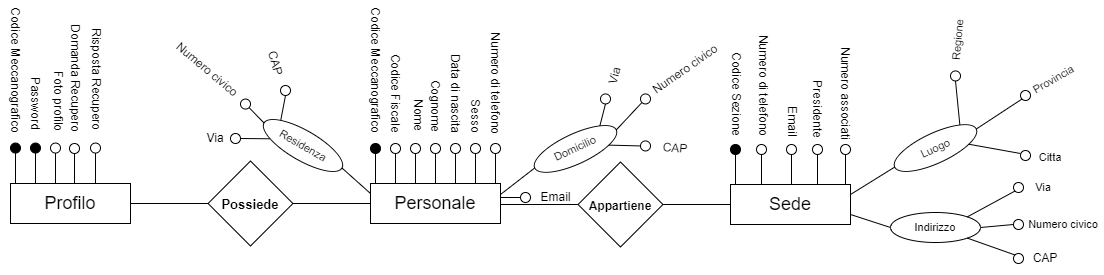
Above: ERDiagram/WhistleER.drawio.png in savernike/DiagramsSet (draw.io), before the change. Source tidied: cells renumbered, new cells last; positions are measured from the earlier drawing's top-left corner, leaving out a move shared by most shapes.
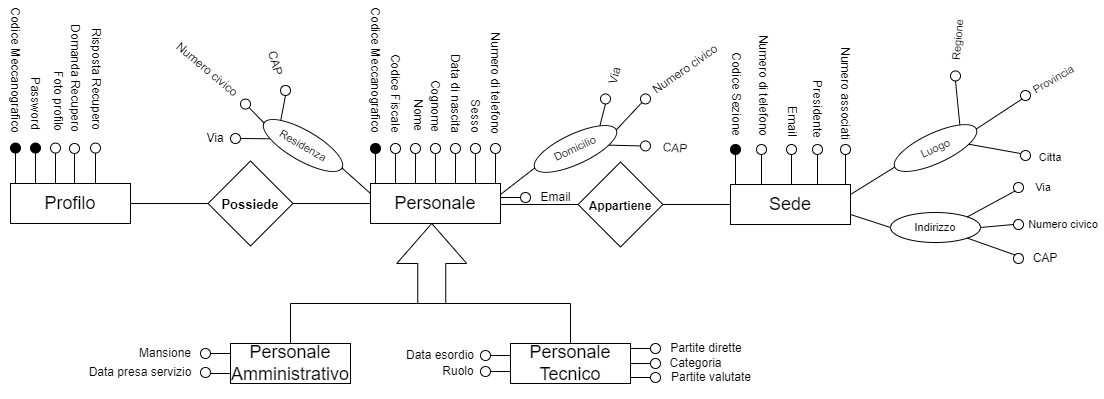
Later version of the same file.

Commit message:
Create generalizzazioni di personale

Change to the diagram source:
```diff
@@ -335,5 +335,80 @@
     <mxCell id="110" value="Numero associati" style="text;strokeColor=none;align=center;fillColor=none;html=1;verticalAlign=middle;whiteSpace=wrap;rounded=0;rotation=90;" parent="1" vertex="1">
       <mxGeometry x="849.9" y="54.1" width="100.2" height="30" as="geometry" />
     </mxCell>
+    <mxCell id="111" style="html=1;shadow=0;dashed=0;align=center;verticalAlign=middle;shape=mxgraph.arrows2.arrow;dy=0.6;dx=40;direction=north;notch=0;fontFamily=Helvetica;fontSize=11;fontColor=default;strokeWidth=1;" parent="1" vertex="1">
+      <mxGeometry x="451.2" y="199" width="70" height="80" as="geometry" />
+    </mxCell>
+    <mxCell id="112" style="strokeWidth=1;html=1;shape=mxgraph.flowchart.annotation_1;align=left;fontFamily=Helvetica;fontSize=11;fontColor=default;direction=south;" parent="1" vertex="1">
+      <mxGeometry x="345" y="279" width="280" height="40" as="geometry" />
+    </mxCell>
+    <mxCell id="113" style="edgeStyle=orthogonalEdgeStyle;shape=connector;rounded=0;jettySize=auto;html=1;exitX=0;exitY=0.75;exitDx=0;exitDy=0;entryX=1;entryY=0.5;entryDx=0;entryDy=0;labelBackgroundColor=default;strokeColor=default;fontFamily=Helvetica;fontSize=11;fontColor=default;endArrow=none;endFill=0;" parent="1" edge="1" source="115" target="117">
+      <mxGeometry relative="1" as="geometry" />
+    </mxCell>
+    <mxCell id="114" style="edgeStyle=orthogonalEdgeStyle;shape=connector;rounded=0;jettySize=auto;html=1;exitX=0;exitY=0.25;exitDx=0;exitDy=0;entryX=1;entryY=0.5;entryDx=0;entryDy=0;labelBackgroundColor=default;strokeColor=default;fontFamily=Helvetica;fontSize=11;fontColor=default;endArrow=none;endFill=0;" parent="1" edge="1" source="115" target="118">
+      <mxGeometry relative="1" as="geometry" />
+    </mxCell>
+    <mxCell id="115" value="&lt;font style=&quot;font-size: 18px;&quot;&gt;Personale&lt;br&gt;Amministrativo&lt;br&gt;&lt;/font&gt;" style="rounded=0;whiteSpace=wrap;html=1;fontFamily=Helvetica;fontSize=11;fontColor=default;" parent="1" vertex="1">
+      <mxGeometry x="285" y="319" width="120" height="40" as="geometry" />
+    </mxCell>
+    <mxCell id="116" value="&lt;font style=&quot;font-size: 18px;&quot;&gt;Personale&lt;br&gt;Tecnico&lt;br&gt;&lt;/font&gt;" style="rounded=0;whiteSpace=wrap;html=1;fontFamily=Helvetica;fontSize=11;fontColor=default;" parent="1" vertex="1">
+      <mxGeometry x="565" y="319" width="120" height="40" as="geometry" />
+    </mxCell>
+    <mxCell id="117" style="ellipse;whiteSpace=wrap;html=1;fontFamily=Helvetica;fontSize=11;fontColor=default;" parent="1" vertex="1">
+      <mxGeometry x="255" y="343" width="10" height="10" as="geometry" />
+    </mxCell>
+    <mxCell id="118" style="ellipse;whiteSpace=wrap;html=1;fontFamily=Helvetica;fontSize=11;fontColor=default;" parent="1" vertex="1">
+      <mxGeometry x="255" y="324" width="10" height="10" as="geometry" />
+    </mxCell>
+    <mxCell id="119" value="Mansione" style="text;strokeColor=none;align=center;fillColor=none;html=1;verticalAlign=middle;whiteSpace=wrap;rounded=0;rotation=0;" parent="1" vertex="1">
+      <mxGeometry x="185" y="309" width="70" height="40" as="geometry" />
+    </mxCell>
+    <mxCell id="120" value="Data presa servizio" style="text;strokeColor=none;align=center;fillColor=none;html=1;verticalAlign=middle;whiteSpace=wrap;rounded=0;rotation=0;" parent="1" vertex="1">
+      <mxGeometry x="135" y="328" width="120" height="40" as="geometry" />
+    </mxCell>
+    <mxCell id="121" style="edgeStyle=orthogonalEdgeStyle;shape=connector;rounded=0;jettySize=auto;html=1;exitX=0;exitY=0.5;exitDx=0;exitDy=0;entryX=1;entryY=0.25;entryDx=0;entryDy=0;labelBackgroundColor=default;strokeColor=default;fontFamily=Helvetica;fontSize=11;fontColor=default;endArrow=none;endFill=0;" parent="1" edge="1" source="122" target="116">
+      <mxGeometry relative="1" as="geometry" />
+    </mxCell>
+    <mxCell id="122" style="ellipse;whiteSpace=wrap;html=1;fontFamily=Helvetica;fontSize=11;fontColor=default;" parent="1" vertex="1">
+      <mxGeometry x="705" y="319" width="10" height="10" as="geometry" />
+    </mxCell>
+    <mxCell id="123" style="edgeStyle=orthogonalEdgeStyle;shape=connector;rounded=0;jettySize=auto;html=1;exitX=0;exitY=0.5;exitDx=0;exitDy=0;entryX=1;entryY=0.5;entryDx=0;entryDy=0;labelBackgroundColor=default;strokeColor=default;fontFamily=Helvetica;fontSize=11;fontColor=default;endArrow=none;endFill=0;" parent="1" edge="1" source="124" target="116">
+      <mxGeometry relative="1" as="geometry" />
+    </mxCell>
+    <mxCell id="124" style="ellipse;whiteSpace=wrap;html=1;fontFamily=Helvetica;fontSize=11;fontColor=default;" parent="1" vertex="1">
+      <mxGeometry x="705" y="334" width="10" height="10" as="geometry" />
+    </mxCell>
+    <mxCell id="125" style="edgeStyle=orthogonalEdgeStyle;shape=connector;rounded=0;jettySize=auto;html=1;exitX=0;exitY=0.5;exitDx=0;exitDy=0;entryX=1;entryY=0.75;entryDx=0;entryDy=0;labelBackgroundColor=default;strokeColor=default;fontFamily=Helvetica;fontSize=11;fontColor=default;endArrow=none;endFill=0;" parent="1" edge="1" source="126" target="116">
+      <mxGeometry relative="1" as="geometry" />
+    </mxCell>
+    <mxCell id="126" style="ellipse;whiteSpace=wrap;html=1;fontFamily=Helvetica;fontSize=11;fontColor=default;" parent="1" vertex="1">
+      <mxGeometry x="705" y="348" width="10" height="10" as="geometry" />
+    </mxCell>
+    <mxCell id="127" style="edgeStyle=orthogonalEdgeStyle;shape=connector;rounded=0;jettySize=auto;html=1;exitX=1;exitY=0.5;exitDx=0;exitDy=0;labelBackgroundColor=default;strokeColor=default;fontFamily=Helvetica;fontSize=11;fontColor=default;endArrow=none;endFill=0;" parent="1" edge="1" source="128" target="116">
+      <mxGeometry relative="1" as="geometry" />
+    </mxCell>
+    <mxCell id="128" style="ellipse;whiteSpace=wrap;html=1;fontFamily=Helvetica;fontSize=11;fontColor=default;" parent="1" vertex="1">
+      <mxGeometry x="535" y="326" width="10" height="10" as="geometry" />
+    </mxCell>
+    <mxCell id="129" style="edgeStyle=orthogonalEdgeStyle;shape=connector;rounded=0;jettySize=auto;html=1;exitX=1;exitY=0.5;exitDx=0;exitDy=0;entryX=0;entryY=0.75;entryDx=0;entryDy=0;labelBackgroundColor=default;strokeColor=default;fontFamily=Helvetica;fontSize=11;fontColor=default;endArrow=none;endFill=0;" parent="1" edge="1" source="130" target="116">
+      <mxGeometry relative="1" as="geometry" />
+    </mxCell>
+    <mxCell id="130" style="ellipse;whiteSpace=wrap;html=1;fontFamily=Helvetica;fontSize=11;fontColor=default;" parent="1" vertex="1">
+      <mxGeometry x="535" y="342" width="10" height="10" as="geometry" />
+    </mxCell>
+    <mxCell id="131" value="Data esordio" style="text;strokeColor=none;align=center;fillColor=none;html=1;verticalAlign=middle;whiteSpace=wrap;rounded=0;rotation=0;" parent="1" vertex="1">
+      <mxGeometry x="448" y="311" width="94" height="40" as="geometry" />
+    </mxCell>
+    <mxCell id="132" value="Ruolo" style="text;strokeColor=none;align=center;fillColor=none;html=1;verticalAlign=middle;whiteSpace=wrap;rounded=0;rotation=0;" parent="1" vertex="1">
+      <mxGeometry x="478" y="327" width="70" height="40" as="geometry" />
+    </mxCell>
+    <mxCell id="133" value="Partite dirette" style="text;strokeColor=none;align=center;fillColor=none;html=1;verticalAlign=middle;whiteSpace=wrap;rounded=0;rotation=0;" parent="1" vertex="1">
+      <mxGeometry x="711" y="304" width="100" height="40" as="geometry" />
+    </mxCell>
+    <mxCell id="134" value="Partite valutate" style="text;strokeColor=none;align=center;fillColor=none;html=1;verticalAlign=middle;whiteSpace=wrap;rounded=0;rotation=0;" parent="1" vertex="1">
+      <mxGeometry x="716" y="333" width="100" height="40" as="geometry" />
+    </mxCell>
+    <mxCell id="135" value="Categoria" style="text;strokeColor=none;align=center;fillColor=none;html=1;verticalAlign=middle;whiteSpace=wrap;rounded=0;rotation=0;" parent="1" vertex="1">
+      <mxGeometry x="716" y="319" width="69" height="40" as="geometry" />
+    </mxCell>
   </root>
 </mxGraphModel>
```
